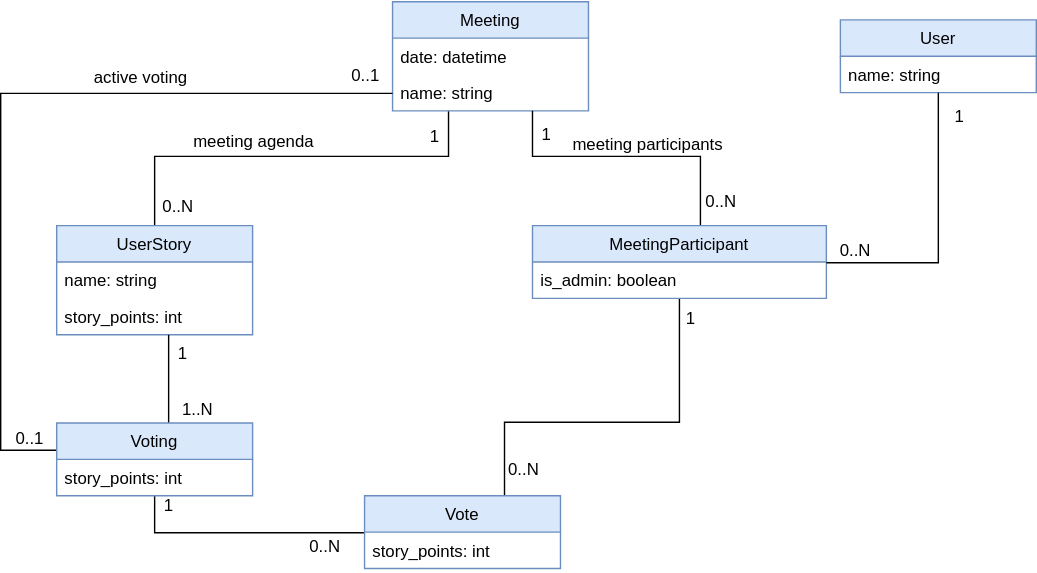
lotcz/nova-nette-presentation keeps this draw.io diagram as scrum-poker/docs/UML.svg. Above is the earlier version. Source tidied: cells renumbered, new cells last; positions are measured from the earlier drawing's top-left corner, leaving out a move shared by most shapes.
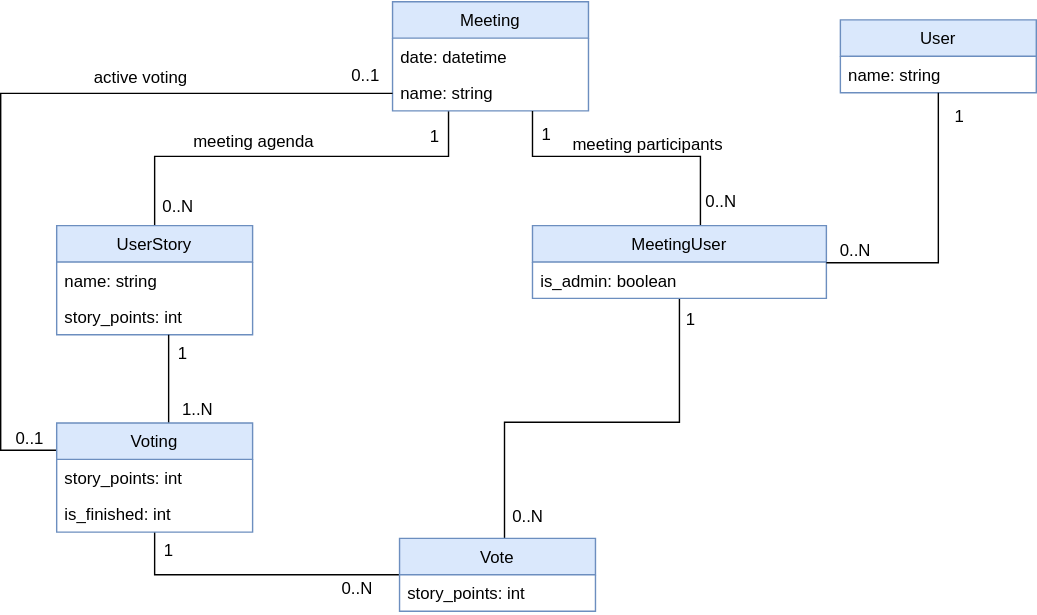
The same diagram one commit later.

What changed in the source:
```diff
@@ -37,13 +37,13 @@
     <mxCell id="9" style="edgeStyle=orthogonalEdgeStyle;rounded=0;jettySize=auto;html=1;endArrow=none;endFill=0;" parent="1" edge="1" source="15" target="33">
       <mxGeometry relative="1" as="geometry">
         <Array as="points">
-          <mxPoint x="110" y="379.5" />
+          <mxPoint x="110" y="410" />
         </Array>
       </mxGeometry>
     </mxCell>
     <mxCell id="10" value="1" style="text;html=1;align=center;verticalAlign=middle;labelBackgroundColor=#ffffff;" parent="9" vertex="1">
       <mxGeometry x="0.9" y="2" relative="1" as="geometry">
-        <mxPoint x="12" y="-4" as="offset" />
+        <mxPoint x="12" y="1" as="offset" />
       </mxGeometry>
     </mxCell>
     <mxCell id="11" value="0..N" style="text;html=1;align=center;verticalAlign=middle;labelBackgroundColor=#ffffff;" parent="9" vertex="1">
@@ -66,11 +66,11 @@
     </mxCell>
     <mxCell id="14" value="0..N" style="text;html=1;align=center;verticalAlign=middle;labelBackgroundColor=#ffffff;" parent="12" vertex="1">
       <mxGeometry x="-0.87" y="1" relative="1" as="geometry">
-        <mxPoint x="14" y="-2.5" as="offset" />
+        <mxPoint x="17" y="3.5" as="offset" />
       </mxGeometry>
     </mxCell>
     <mxCell id="15" value="Vote" style="swimlane;fontStyle=0;horizontal=1;startSize=26;fillColor=#dae8fc;strokeColor=#6c8ebf;" parent="1" vertex="1">
-      <mxGeometry x="260" y="353.5" width="140" height="52" as="geometry" />
+      <mxGeometry x="285" y="384" width="140" height="52" as="geometry" />
     </mxCell>
     <mxCell id="16" value="story_points: int" style="text;strokeColor=none;fillColor=none;align=left;verticalAlign=top;spacingLeft=4;spacingRight=4;overflow=hidden;" parent="15" vertex="1">
       <mxGeometry y="26" width="140" height="26" as="geometry" />
@@ -107,7 +107,7 @@
         <mxPoint x="-11" y="-12.5" as="offset" />
       </mxGeometry>
     </mxCell>
-    <mxCell id="24" value="MeetingParticipant" style="swimlane;fontStyle=0;horizontal=1;startSize=26;fillColor=#dae8fc;strokeColor=#6c8ebf;" parent="1" vertex="1">
+    <mxCell id="24" value="MeetingUser" style="swimlane;fontStyle=0;horizontal=1;startSize=26;fillColor=#dae8fc;strokeColor=#6c8ebf;" parent="1" vertex="1">
       <mxGeometry x="380" y="160.5" width="210" height="52" as="geometry" />
     </mxCell>
     <mxCell id="25" value="is_admin: boolean" style="text;strokeColor=none;fillColor=none;align=left;verticalAlign=top;spacingLeft=4;spacingRight=4;overflow=hidden;" parent="24" vertex="1">
@@ -155,11 +155,14 @@
       </mxGeometry>
     </mxCell>
     <mxCell id="33" value="Voting" style="swimlane;fontStyle=0;horizontal=1;startSize=26;fillColor=#dae8fc;strokeColor=#6c8ebf;" parent="1" vertex="1">
-      <mxGeometry x="40" y="301.5" width="140" height="52" as="geometry" />
+      <mxGeometry x="40" y="301.5" width="140" height="78" as="geometry" />
     </mxCell>
     <mxCell id="34" value="story_points: int" style="text;strokeColor=none;fillColor=none;align=left;verticalAlign=top;spacingLeft=4;spacingRight=4;overflow=hidden;" parent="33" vertex="1">
       <mxGeometry y="26" width="140" height="26" as="geometry" />
     </mxCell>
+    <mxCell id="40" value="is_finished: int" style="text;strokeColor=none;fillColor=none;align=left;verticalAlign=top;spacingLeft=4;spacingRight=4;overflow=hidden;" parent="33" vertex="1">
+      <mxGeometry y="52" width="140" height="26" as="geometry" />
+    </mxCell>
     <mxCell id="35" value="User" style="swimlane;fontStyle=0;horizontal=1;startSize=26;fillColor=#dae8fc;strokeColor=#6c8ebf;" parent="1" vertex="1">
       <mxGeometry x="600" y="13.5" width="140" height="52" as="geometry" />
     </mxCell>
```
